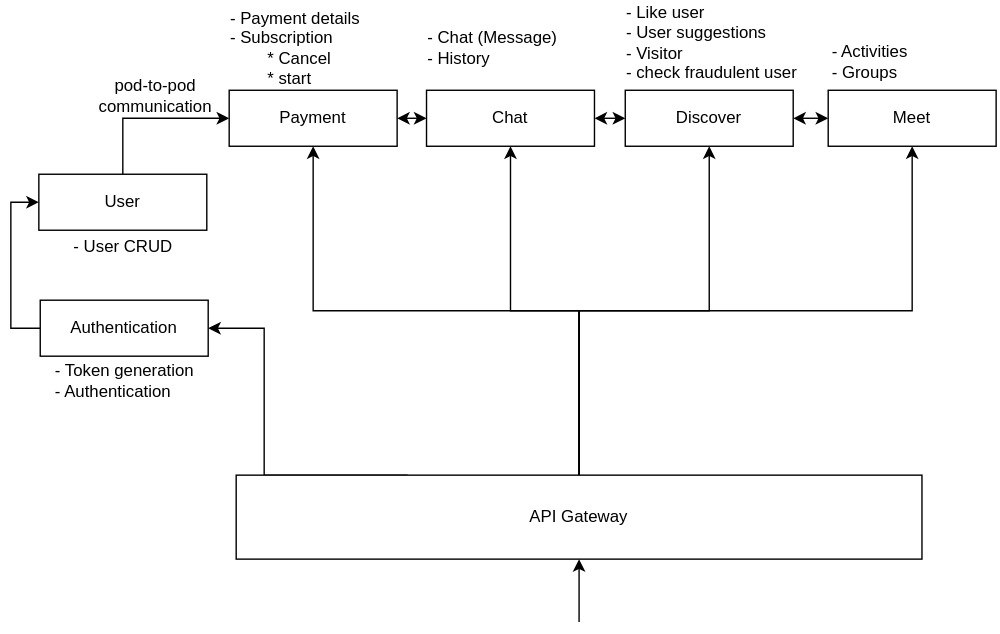
Earlier version of the draw.io export microservices.drawio.svg (sureenawadhwa/meet5_task). Source tidied: cells renumbered, new cells last; positions are measured from the earlier drawing's top-left corner, leaving out a move shared by most shapes. The source it was exported from:
```xml
<mxGraphModel>
  <root>
    <mxCell id="0" />
    <mxCell id="1" parent="0" />
    <mxCell id="2" style="edgeStyle=orthogonalEdgeStyle;rounded=0;jettySize=auto;html=1;exitX=0.25;exitY=0;exitDx=0;exitDy=0;entryX=1;entryY=0.5;entryDx=0;entryDy=0;" parent="1" edge="1" source="7" target="9">
      <mxGeometry relative="1" as="geometry">
        <Array as="points">
          <mxPoint x="161" y="339" />
          <mxPoint x="161" y="234" />
        </Array>
      </mxGeometry>
    </mxCell>
    <mxCell id="3" style="edgeStyle=orthogonalEdgeStyle;rounded=0;jettySize=auto;html=1;exitX=0.5;exitY=0;exitDx=0;exitDy=0;entryX=0.5;entryY=1;entryDx=0;entryDy=0;" parent="1" edge="1" source="7" target="17">
      <mxGeometry relative="1" as="geometry" />
    </mxCell>
    <mxCell id="4" style="edgeStyle=orthogonalEdgeStyle;rounded=0;jettySize=auto;html=1;" parent="1" edge="1" source="7" target="20">
      <mxGeometry relative="1" as="geometry" />
    </mxCell>
    <mxCell id="5" style="edgeStyle=orthogonalEdgeStyle;rounded=0;jettySize=auto;html=1;entryX=0.5;entryY=1;entryDx=0;entryDy=0;" parent="1" edge="1" source="7" target="18">
      <mxGeometry relative="1" as="geometry" />
    </mxCell>
    <mxCell id="6" style="edgeStyle=orthogonalEdgeStyle;rounded=0;jettySize=auto;html=1;" parent="1" edge="1" source="7" target="14">
      <mxGeometry relative="1" as="geometry" />
    </mxCell>
    <mxCell id="7" value="API Gateway" style="rounded=0;whiteSpace=wrap;html=1;" parent="1" vertex="1">
      <mxGeometry x="141" y="339" width="490" height="60" as="geometry" />
    </mxCell>
    <mxCell id="8" style="edgeStyle=orthogonalEdgeStyle;rounded=0;jettySize=auto;html=1;exitX=0;exitY=0.5;exitDx=0;exitDy=0;entryX=0;entryY=0.5;entryDx=0;entryDy=0;" parent="1" edge="1" source="9" target="12">
      <mxGeometry relative="1" as="geometry" />
    </mxCell>
    <mxCell id="9" value="Authentication" style="rounded=0;whiteSpace=wrap;html=1;" parent="1" vertex="1">
      <mxGeometry x="1" y="214" width="120" height="40" as="geometry" />
    </mxCell>
    <mxCell id="10" value="- Token generation&lt;br&gt;&lt;div style=&quot;text-align: left;&quot;&gt;- Authentication&lt;/div&gt;" style="text;html=1;strokeColor=none;fillColor=none;align=center;verticalAlign=middle;whiteSpace=wrap;rounded=0;" parent="1" vertex="1">
      <mxGeometry x="1" y="257" width="121" height="30" as="geometry" />
    </mxCell>
    <mxCell id="11" style="edgeStyle=orthogonalEdgeStyle;rounded=0;jettySize=auto;html=1;entryX=0;entryY=0.5;entryDx=0;entryDy=0;exitX=0.5;exitY=0;exitDx=0;exitDy=0;" parent="1" edge="1" source="12" target="14">
      <mxGeometry relative="1" as="geometry" />
    </mxCell>
    <mxCell id="12" value="User" style="rounded=0;whiteSpace=wrap;html=1;" parent="1" vertex="1">
      <mxGeometry y="124" width="120" height="40" as="geometry" />
    </mxCell>
    <mxCell id="13" value="- User CRUD" style="text;html=1;strokeColor=none;fillColor=none;align=center;verticalAlign=middle;whiteSpace=wrap;rounded=0;" parent="1" vertex="1">
      <mxGeometry y="167" width="121" height="17" as="geometry" />
    </mxCell>
    <mxCell id="14" value="Payment" style="rounded=0;whiteSpace=wrap;html=1;" parent="1" vertex="1">
      <mxGeometry x="136" y="64" width="120" height="40" as="geometry" />
    </mxCell>
    <mxCell id="15" value="- Payment details&lt;br&gt;- Subscription&lt;br&gt;&lt;span style=&quot;white-space: pre;&quot;&gt;&#9;&lt;/span&gt;*&lt;span style=&quot;white-space: pre;&quot;&gt;&amp;nbsp;&lt;/span&gt;Cancel&lt;br&gt;&lt;span style=&quot;white-space: pre;&quot;&gt;&#9;&lt;/span&gt;* start" style="text;html=1;strokeColor=none;fillColor=none;align=left;verticalAlign=middle;whiteSpace=wrap;rounded=0;" parent="1" vertex="1">
      <mxGeometry x="135" y="4" width="121" height="60" as="geometry" />
    </mxCell>
    <mxCell id="16" value="- Chat (Message)&lt;br&gt;- History" style="text;html=1;strokeColor=none;fillColor=none;align=left;verticalAlign=middle;whiteSpace=wrap;rounded=0;" parent="1" vertex="1">
      <mxGeometry x="276" y="4" width="121" height="60" as="geometry" />
    </mxCell>
    <mxCell id="17" value="Chat" style="rounded=0;whiteSpace=wrap;html=1;" parent="1" vertex="1">
      <mxGeometry x="277" y="64" width="120" height="40" as="geometry" />
    </mxCell>
    <mxCell id="18" value="Discover" style="rounded=0;whiteSpace=wrap;html=1;" parent="1" vertex="1">
      <mxGeometry x="419" y="64" width="120" height="40" as="geometry" />
    </mxCell>
    <mxCell id="19" value="- Like user&lt;br&gt;- User suggestions&lt;br&gt;&lt;span style=&quot;white-space: pre;&quot;&gt;- Visitor&lt;/span&gt;&lt;br&gt;&lt;span style=&quot;white-space: pre;&quot;&gt;- check fraudulent user&lt;/span&gt;" style="text;html=1;strokeColor=none;fillColor=none;align=left;verticalAlign=middle;whiteSpace=wrap;rounded=0;" parent="1" vertex="1">
      <mxGeometry x="418" width="123" height="60" as="geometry" />
    </mxCell>
    <mxCell id="20" value="Meet" style="rounded=0;whiteSpace=wrap;html=1;" parent="1" vertex="1">
      <mxGeometry x="564" y="64" width="120" height="40" as="geometry" />
    </mxCell>
    <mxCell id="21" value="- Activities&lt;br&gt;- Groups" style="text;html=1;strokeColor=none;fillColor=none;align=left;verticalAlign=middle;whiteSpace=wrap;rounded=0;" parent="1" vertex="1">
      <mxGeometry x="565" y="24" width="121" height="40" as="geometry" />
    </mxCell>
    <mxCell id="22" style="endArrow=classic;startArrow=classic;html=1;rounded=0;entryX=0;entryY=0.5;entryDx=0;entryDy=0;exitX=1;exitY=0.5;exitDx=0;exitDy=0;" parent="1" edge="1" source="14" target="17">
      <mxGeometry relative="1" as="geometry" />
    </mxCell>
    <mxCell id="23" style="endArrow=classic;startArrow=classic;html=1;rounded=0;entryX=0;entryY=0.5;entryDx=0;entryDy=0;exitX=1;exitY=0.5;exitDx=0;exitDy=0;" parent="1" edge="1" source="17" target="18">
      <mxGeometry relative="1" as="geometry" />
    </mxCell>
    <mxCell id="24" style="endArrow=classic;startArrow=classic;html=1;rounded=0;entryX=0;entryY=0.5;entryDx=0;entryDy=0;exitX=1;exitY=0.5;exitDx=0;exitDy=0;" parent="1" edge="1" source="18" target="20">
      <mxGeometry relative="1" as="geometry" />
    </mxCell>
    <mxCell id="25" style="endArrow=classic;html=1;rounded=0;entryX=0.5;entryY=1;entryDx=0;entryDy=0;" parent="1" edge="1" target="7">
      <mxGeometry relative="1" as="geometry">
        <mxPoint x="386" y="444" as="sourcePoint" />
      </mxGeometry>
    </mxCell>
    <mxCell id="26" value="pod-to-pod communication" style="text;html=1;strokeColor=none;fillColor=none;align=center;verticalAlign=middle;whiteSpace=wrap;rounded=0;" parent="1" vertex="1">
      <mxGeometry x="19" y="53" width="129" height="30" as="geometry" />
    </mxCell>
  </root>
</mxGraphModel>
```
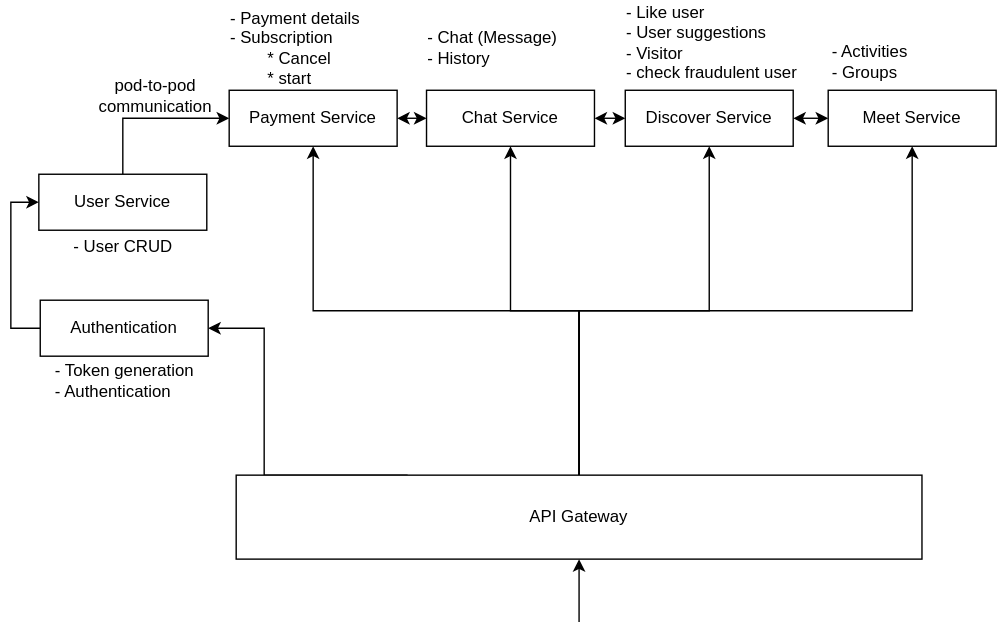
Later version of the same file.

What changed in the source:
```diff
@@ -37,13 +37,13 @@
     <mxCell id="11" style="edgeStyle=orthogonalEdgeStyle;rounded=0;jettySize=auto;html=1;entryX=0;entryY=0.5;entryDx=0;entryDy=0;exitX=0.5;exitY=0;exitDx=0;exitDy=0;" parent="1" edge="1" source="12" target="14">
       <mxGeometry relative="1" as="geometry" />
     </mxCell>
-    <mxCell id="12" value="User" style="rounded=0;whiteSpace=wrap;html=1;" parent="1" vertex="1">
+    <mxCell id="12" value="User Service" style="rounded=0;whiteSpace=wrap;html=1;" parent="1" vertex="1">
       <mxGeometry y="124" width="120" height="40" as="geometry" />
     </mxCell>
     <mxCell id="13" value="- User CRUD" style="text;html=1;strokeColor=none;fillColor=none;align=center;verticalAlign=middle;whiteSpace=wrap;rounded=0;" parent="1" vertex="1">
       <mxGeometry y="167" width="121" height="17" as="geometry" />
     </mxCell>
-    <mxCell id="14" value="Payment" style="rounded=0;whiteSpace=wrap;html=1;" parent="1" vertex="1">
+    <mxCell id="14" value="Payment Service" style="rounded=0;whiteSpace=wrap;html=1;" parent="1" vertex="1">
       <mxGeometry x="136" y="64" width="120" height="40" as="geometry" />
     </mxCell>
     <mxCell id="15" value="- Payment details&lt;br&gt;- Subscription&lt;br&gt;&lt;span style=&quot;white-space: pre;&quot;&gt;&#9;&lt;/span&gt;*&lt;span style=&quot;white-space: pre;&quot;&gt;&amp;nbsp;&lt;/span&gt;Cancel&lt;br&gt;&lt;span style=&quot;white-space: pre;&quot;&gt;&#9;&lt;/span&gt;* start" style="text;html=1;strokeColor=none;fillColor=none;align=left;verticalAlign=middle;whiteSpace=wrap;rounded=0;" parent="1" vertex="1">
@@ -52,16 +52,16 @@
     <mxCell id="16" value="- Chat (Message)&lt;br&gt;- History" style="text;html=1;strokeColor=none;fillColor=none;align=left;verticalAlign=middle;whiteSpace=wrap;rounded=0;" parent="1" vertex="1">
       <mxGeometry x="276" y="4" width="121" height="60" as="geometry" />
     </mxCell>
-    <mxCell id="17" value="Chat" style="rounded=0;whiteSpace=wrap;html=1;" parent="1" vertex="1">
+    <mxCell id="17" value="Chat Service" style="rounded=0;whiteSpace=wrap;html=1;" parent="1" vertex="1">
       <mxGeometry x="277" y="64" width="120" height="40" as="geometry" />
     </mxCell>
-    <mxCell id="18" value="Discover" style="rounded=0;whiteSpace=wrap;html=1;" parent="1" vertex="1">
+    <mxCell id="18" value="Discover Service" style="rounded=0;whiteSpace=wrap;html=1;" parent="1" vertex="1">
       <mxGeometry x="419" y="64" width="120" height="40" as="geometry" />
     </mxCell>
     <mxCell id="19" value="- Like user&lt;br&gt;- User suggestions&lt;br&gt;&lt;span style=&quot;white-space: pre;&quot;&gt;- Visitor&lt;/span&gt;&lt;br&gt;&lt;span style=&quot;white-space: pre;&quot;&gt;- check fraudulent user&lt;/span&gt;" style="text;html=1;strokeColor=none;fillColor=none;align=left;verticalAlign=middle;whiteSpace=wrap;rounded=0;" parent="1" vertex="1">
       <mxGeometry x="418" width="123" height="60" as="geometry" />
     </mxCell>
-    <mxCell id="20" value="Meet" style="rounded=0;whiteSpace=wrap;html=1;" parent="1" vertex="1">
+    <mxCell id="20" value="Meet Service" style="rounded=0;whiteSpace=wrap;html=1;" parent="1" vertex="1">
       <mxGeometry x="564" y="64" width="120" height="40" as="geometry" />
     </mxCell>
     <mxCell id="21" value="- Activities&lt;br&gt;- Groups" style="text;html=1;strokeColor=none;fillColor=none;align=left;verticalAlign=middle;whiteSpace=wrap;rounded=0;" parent="1" vertex="1">
```
